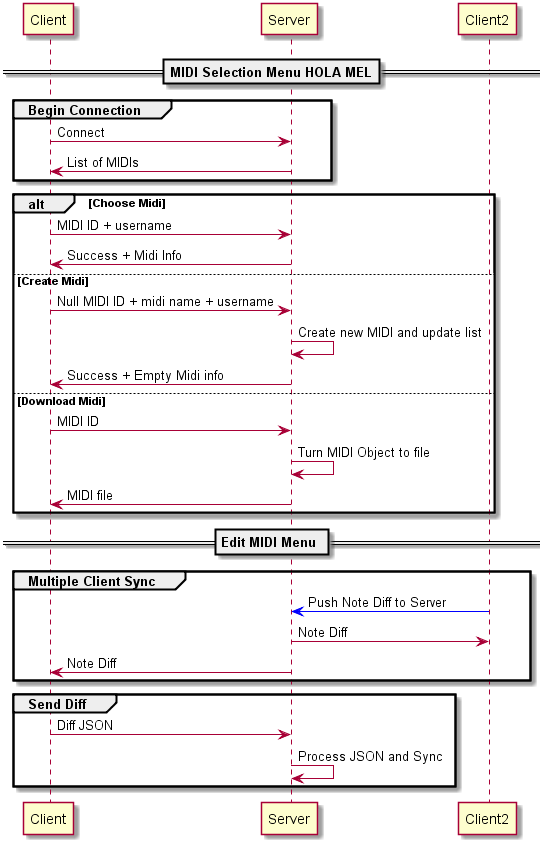
Earlier version of the PlantUML export Tareas/T06/seqdiagram.png (contranton/IIC2233).
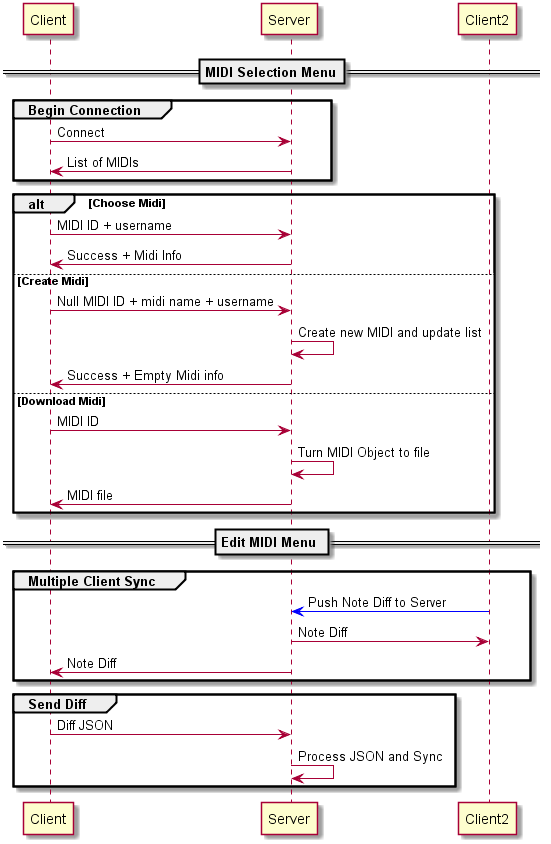
Above is the later version.

The edit, as a diff of the source:
```diff
@@ -1,6 +1,6 @@
 @startuml
 
-== MIDI Selection Menu HOLA MEL==
+== MIDI Selection Menu==
 
 group Begin Connection
       Client -> Server : Connect
```
